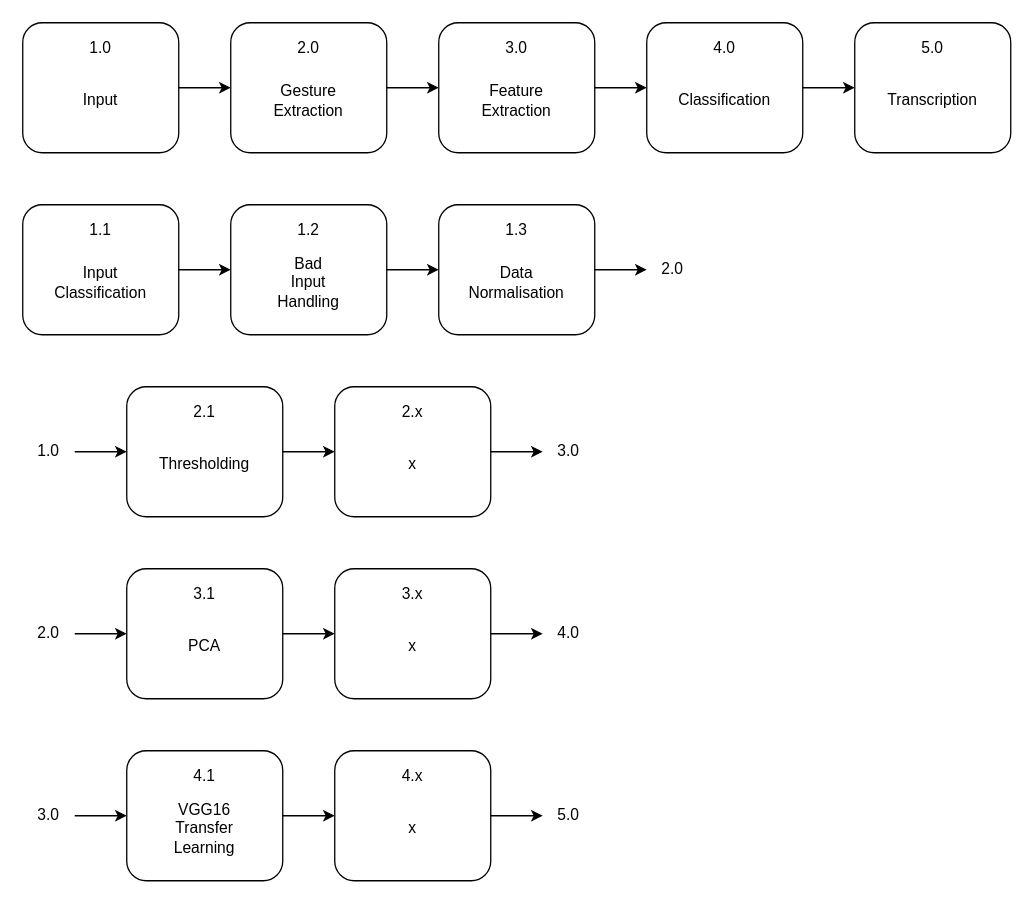
Above: Untitled Diagram.drawio in Inkletblot/drawio (draw.io), before the change. Source tidied: cells renumbered, new cells numbered last; positions are measured from the earlier drawing's top-left corner, leaving out a move shared by most shapes. Both pictures are drawn from the tidied source at 130%, with x=0, y=0 at pixel (22, 22).
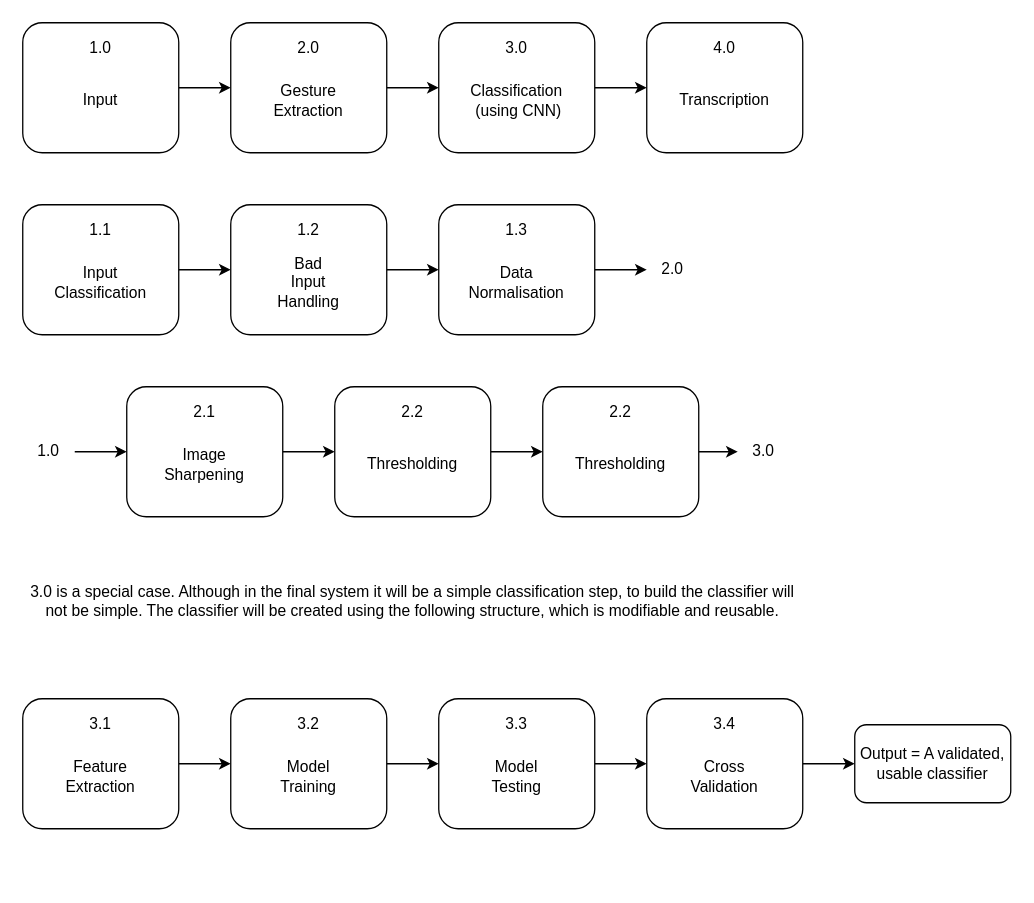
After the change.

Unchanged cells that the change refers to:
```xml
<mxCell id="7" style="rounded=1;whiteSpace=wrap;html=1;" parent="1" vertex="1">
  <mxGeometry x="160" width="120" height="100" as="geometry" />
</mxCell>
<mxCell id="41" style="rounded=1;whiteSpace=wrap;html=1;" parent="1" vertex="1">
  <mxGeometry x="240" y="280" width="120" height="100" as="geometry" />
</mxCell>
```

Diff of the diagram source:
```diff
@@
-    <mxCell id="6" style="edgeStyle=orthogonalEdgeStyle;rounded=0;jettySize=auto;html=1;" parent="1" edge="1" source="7" target="11">
-      <mxGeometry relative="1" as="geometry" />
-    </mxCell>
+    <mxCell id="67" style="edgeStyle=orthogonalEdgeStyle;rounded=0;jettySize=auto;html=1;" parent="1" edge="1" source="7" target="15">
+      <mxGeometry relative="1" as="geometry" />
+    </mxCell>
@@
-    <mxCell id="10" style="edgeStyle=orthogonalEdgeStyle;rounded=0;jettySize=auto;html=1;" parent="1" edge="1" source="11" target="15">
-      <mxGeometry relative="1" as="geometry" />
-    </mxCell>
+    <mxCell id="68" style="edgeStyle=orthogonalEdgeStyle;rounded=0;jettySize=auto;html=1;" parent="1" edge="1" source="11" target="76">
+      <mxGeometry relative="1" as="geometry" />
+    </mxCell>
     <mxCell id="11" style="rounded=1;whiteSpace=wrap;html=1;" parent="1" vertex="1">
-      <mxGeometry x="320" width="120" height="100" as="geometry" />
+      <mxGeometry y="520" width="120" height="100" as="geometry" />
     </mxCell>
-    <mxCell id="12" value="3.0" style="text;html=1;strokeColor=none;fillColor=none;align=center;verticalAlign=middle;whiteSpace=wrap;rounded=0;" parent="1" vertex="1">
-      <mxGeometry x="360" y="10" width="40" height="20" as="geometry" />
+    <mxCell id="12" value="3.1" style="text;html=1;strokeColor=none;fillColor=none;align=center;verticalAlign=middle;whiteSpace=wrap;rounded=0;" parent="1" vertex="1">
+      <mxGeometry x="40" y="530" width="40" height="20" as="geometry" />
     </mxCell>
     <mxCell id="13" value="Feature Extraction" style="text;html=1;strokeColor=none;fillColor=none;align=center;verticalAlign=middle;whiteSpace=wrap;rounded=0;" parent="1" vertex="1">
-      <mxGeometry x="360" y="50" width="40" height="20" as="geometry" />
+      <mxGeometry x="40" y="570" width="40" height="20" as="geometry" />
     </mxCell>
@@
     <mxCell id="15" style="rounded=1;whiteSpace=wrap;html=1;" parent="1" vertex="1">
-      <mxGeometry x="480" width="120" height="100" as="geometry" />
+      <mxGeometry x="320" width="120" height="100" as="geometry" />
     </mxCell>
-    <mxCell id="16" value="4.0" style="text;html=1;strokeColor=none;fillColor=none;align=center;verticalAlign=middle;whiteSpace=wrap;rounded=0;" parent="1" vertex="1">
-      <mxGeometry x="520" y="10" width="40" height="20" as="geometry" />
+    <mxCell id="16" value="3.0" style="text;html=1;strokeColor=none;fillColor=none;align=center;verticalAlign=middle;whiteSpace=wrap;rounded=0;" parent="1" vertex="1">
+      <mxGeometry x="360" y="10" width="40" height="20" as="geometry" />
     </mxCell>
-    <mxCell id="17" value="&lt;div&gt;Classification&lt;/div&gt;" style="text;html=1;strokeColor=none;fillColor=none;align=center;verticalAlign=middle;whiteSpace=wrap;rounded=0;" parent="1" vertex="1">
-      <mxGeometry x="520" y="50" width="40" height="20" as="geometry" />
+    <mxCell id="17" value="&lt;div&gt;Classification&lt;/div&gt;&lt;div&gt;&amp;nbsp;(using CNN)&lt;/div&gt;" style="text;html=1;strokeColor=none;fillColor=none;align=center;verticalAlign=middle;whiteSpace=wrap;rounded=0;" parent="1" vertex="1">
+      <mxGeometry x="360" y="50" width="40" height="20" as="geometry" />
     </mxCell>
     <mxCell id="18" style="rounded=1;whiteSpace=wrap;html=1;" parent="1" vertex="1">
-      <mxGeometry x="640" width="120" height="100" as="geometry" />
+      <mxGeometry x="480" width="120" height="100" as="geometry" />
     </mxCell>
-    <mxCell id="19" value="5.0" style="text;html=1;strokeColor=none;fillColor=none;align=center;verticalAlign=middle;whiteSpace=wrap;rounded=0;" parent="1" vertex="1">
-      <mxGeometry x="680" y="10" width="40" height="20" as="geometry" />
+    <mxCell id="19" value="4.0" style="text;html=1;strokeColor=none;fillColor=none;align=center;verticalAlign=middle;whiteSpace=wrap;rounded=0;" parent="1" vertex="1">
+      <mxGeometry x="520" y="10" width="40" height="20" as="geometry" />
     </mxCell>
     <mxCell id="20" value="Transcription" style="text;html=1;strokeColor=none;fillColor=none;align=center;verticalAlign=middle;whiteSpace=wrap;rounded=0;" parent="1" vertex="1">
-      <mxGeometry x="680" y="50" width="40" height="20" as="geometry" />
+      <mxGeometry x="520" y="50" width="40" height="20" as="geometry" />
     </mxCell>
@@
-    <mxCell id="37" value="&lt;div&gt;Thresholding&lt;/div&gt;" style="text;html=1;strokeColor=none;fillColor=none;align=center;verticalAlign=middle;whiteSpace=wrap;rounded=0;" parent="1" vertex="1">
-      <mxGeometry x="120" y="330" width="40" height="20" as="geometry" />
-    </mxCell>
@@
-    <mxCell id="40" style="edgeStyle=orthogonalEdgeStyle;rounded=0;jettySize=auto;html=1;" parent="1" edge="1" source="41" target="44">
-      <mxGeometry relative="1" as="geometry" />
-    </mxCell>
+    <mxCell id="69" style="edgeStyle=orthogonalEdgeStyle;rounded=0;jettySize=auto;html=1;" parent="1" edge="1" source="41" target="71">
+      <mxGeometry relative="1" as="geometry" />
+    </mxCell>
@@
-    <mxCell id="42" value="2.x" style="text;html=1;strokeColor=none;fillColor=none;align=center;verticalAlign=middle;whiteSpace=wrap;rounded=0;" parent="1" vertex="1">
+    <mxCell id="42" value="2.2" style="text;html=1;strokeColor=none;fillColor=none;align=center;verticalAlign=middle;whiteSpace=wrap;rounded=0;" parent="1" vertex="1">
       <mxGeometry x="280" y="290" width="40" height="20" as="geometry" />
     </mxCell>
-    <mxCell id="43" value="x" style="text;html=1;strokeColor=none;fillColor=none;align=center;verticalAlign=middle;whiteSpace=wrap;rounded=0;" parent="1" vertex="1">
-      <mxGeometry x="280" y="330" width="40" height="20" as="geometry" />
+    <mxCell id="43" value="Image Sharpening" style="text;html=1;strokeColor=none;fillColor=none;align=center;verticalAlign=middle;whiteSpace=wrap;rounded=0;" parent="1" vertex="1">
+      <mxGeometry x="120" y="330" width="40" height="20" as="geometry" />
     </mxCell>
     <mxCell id="44" value="3.0" style="text;html=1;strokeColor=none;fillColor=none;align=center;verticalAlign=middle;whiteSpace=wrap;rounded=0;" parent="1" vertex="1">
-      <mxGeometry x="400" y="320" width="40" height="20" as="geometry" />
+      <mxGeometry x="550" y="320" width="40" height="20" as="geometry" />
     </mxCell>
-    <mxCell id="45" style="edgeStyle=orthogonalEdgeStyle;rounded=0;jettySize=auto;html=1;" parent="1" edge="1" source="46" target="52">
-      <mxGeometry relative="1" as="geometry" />
-    </mxCell>
-    <mxCell id="46" style="rounded=1;whiteSpace=wrap;html=1;" parent="1" vertex="1">
-      <mxGeometry x="80" y="420" width="120" height="100" as="geometry" />
-    </mxCell>
-    <mxCell id="47" value="3.1" style="text;html=1;strokeColor=none;fillColor=none;align=center;verticalAlign=middle;whiteSpace=wrap;rounded=0;" parent="1" vertex="1">
-      <mxGeometry x="120" y="430" width="40" height="20" as="geometry" />
-    </mxCell>
-    <mxCell id="48" value="PCA" style="text;html=1;strokeColor=none;fillColor=none;align=center;verticalAlign=middle;whiteSpace=wrap;rounded=0;" parent="1" vertex="1">
-      <mxGeometry x="120" y="470" width="40" height="20" as="geometry" />
-    </mxCell>
-    <mxCell id="49" style="edgeStyle=orthogonalEdgeStyle;rounded=0;jettySize=auto;html=1;" parent="1" edge="1" source="50" target="46">
-      <mxGeometry relative="1" as="geometry" />
-    </mxCell>
-    <mxCell id="50" value="2.0" style="text;html=1;strokeColor=none;fillColor=none;align=center;verticalAlign=middle;whiteSpace=wrap;rounded=0;" parent="1" vertex="1">
-      <mxGeometry y="460" width="40" height="20" as="geometry" />
-    </mxCell>
-    <mxCell id="51" style="edgeStyle=orthogonalEdgeStyle;rounded=0;jettySize=auto;html=1;" parent="1" edge="1" source="52" target="55">
-      <mxGeometry relative="1" as="geometry" />
-    </mxCell>
-    <mxCell id="52" style="rounded=1;whiteSpace=wrap;html=1;" parent="1" vertex="1">
-      <mxGeometry x="240" y="420" width="120" height="100" as="geometry" />
-    </mxCell>
-    <mxCell id="53" value="3.x" style="text;html=1;strokeColor=none;fillColor=none;align=center;verticalAlign=middle;whiteSpace=wrap;rounded=0;" parent="1" vertex="1">
-      <mxGeometry x="280" y="430" width="40" height="20" as="geometry" />
-    </mxCell>
-    <mxCell id="54" value="x" style="text;html=1;strokeColor=none;fillColor=none;align=center;verticalAlign=middle;whiteSpace=wrap;rounded=0;" parent="1" vertex="1">
-      <mxGeometry x="280" y="470" width="40" height="20" as="geometry" />
-    </mxCell>
-    <mxCell id="55" value="4.0" style="text;html=1;strokeColor=none;fillColor=none;align=center;verticalAlign=middle;whiteSpace=wrap;rounded=0;" parent="1" vertex="1">
-      <mxGeometry x="400" y="460" width="40" height="20" as="geometry" />
-    </mxCell>
-    <mxCell id="56" style="edgeStyle=orthogonalEdgeStyle;rounded=0;jettySize=auto;html=1;" parent="1" edge="1" source="57" target="63">
-      <mxGeometry relative="1" as="geometry" />
-    </mxCell>
-    <mxCell id="57" style="rounded=1;whiteSpace=wrap;html=1;" parent="1" vertex="1">
-      <mxGeometry x="80" y="560" width="120" height="100" as="geometry" />
-    </mxCell>
-    <mxCell id="58" value="4.1" style="text;html=1;strokeColor=none;fillColor=none;align=center;verticalAlign=middle;whiteSpace=wrap;rounded=0;" parent="1" vertex="1">
-      <mxGeometry x="120" y="570" width="40" height="20" as="geometry" />
-    </mxCell>
-    <mxCell id="59" value="VGG16 Transfer Learning" style="text;html=1;strokeColor=none;fillColor=none;align=center;verticalAlign=middle;whiteSpace=wrap;rounded=0;" parent="1" vertex="1">
-      <mxGeometry x="120" y="610" width="40" height="20" as="geometry" />
-    </mxCell>
-    <mxCell id="60" style="edgeStyle=orthogonalEdgeStyle;rounded=0;jettySize=auto;html=1;" parent="1" edge="1" source="61" target="57">
-      <mxGeometry relative="1" as="geometry" />
-    </mxCell>
-    <mxCell id="61" value="3.0" style="text;html=1;strokeColor=none;fillColor=none;align=center;verticalAlign=middle;whiteSpace=wrap;rounded=0;" parent="1" vertex="1">
-      <mxGeometry y="600" width="40" height="20" as="geometry" />
-    </mxCell>
-    <mxCell id="62" style="edgeStyle=orthogonalEdgeStyle;rounded=0;jettySize=auto;html=1;" parent="1" edge="1" source="63" target="66">
-      <mxGeometry relative="1" as="geometry" />
-    </mxCell>
-    <mxCell id="63" style="rounded=1;whiteSpace=wrap;html=1;" parent="1" vertex="1">
-      <mxGeometry x="240" y="560" width="120" height="100" as="geometry" />
-    </mxCell>
-    <mxCell id="64" value="4.x" style="text;html=1;strokeColor=none;fillColor=none;align=center;verticalAlign=middle;whiteSpace=wrap;rounded=0;" parent="1" vertex="1">
-      <mxGeometry x="280" y="570" width="40" height="20" as="geometry" />
-    </mxCell>
-    <mxCell id="65" value="x" style="text;html=1;strokeColor=none;fillColor=none;align=center;verticalAlign=middle;whiteSpace=wrap;rounded=0;" parent="1" vertex="1">
-      <mxGeometry x="280" y="610" width="40" height="20" as="geometry" />
-    </mxCell>
-    <mxCell id="66" value="5.0" style="text;html=1;strokeColor=none;fillColor=none;align=center;verticalAlign=middle;whiteSpace=wrap;rounded=0;" parent="1" vertex="1">
-      <mxGeometry x="400" y="600" width="40" height="20" as="geometry" />
-    </mxCell>
+    <mxCell id="37" value="&lt;div&gt;Thresholding&lt;/div&gt;" style="text;html=1;strokeColor=none;fillColor=none;align=center;verticalAlign=middle;whiteSpace=wrap;rounded=0;" parent="1" vertex="1">
+      <mxGeometry x="280" y="330" width="40" height="20" as="geometry" />
+    </mxCell>
+    <mxCell id="70" style="edgeStyle=orthogonalEdgeStyle;rounded=0;jettySize=auto;html=1;" parent="1" edge="1" source="71" target="44">
+      <mxGeometry relative="1" as="geometry" />
+    </mxCell>
+    <mxCell id="71" style="rounded=1;whiteSpace=wrap;html=1;" parent="1" vertex="1">
+      <mxGeometry x="400" y="280" width="120" height="100" as="geometry" />
+    </mxCell>
+    <mxCell id="72" value="2.2" style="text;html=1;strokeColor=none;fillColor=none;align=center;verticalAlign=middle;whiteSpace=wrap;rounded=0;" parent="1" vertex="1">
+      <mxGeometry x="440" y="290" width="40" height="20" as="geometry" />
+    </mxCell>
+    <mxCell id="73" value="&lt;div&gt;Thresholding&lt;/div&gt;" style="text;html=1;strokeColor=none;fillColor=none;align=center;verticalAlign=middle;whiteSpace=wrap;rounded=0;" parent="1" vertex="1">
+      <mxGeometry x="440" y="330" width="40" height="20" as="geometry" />
+    </mxCell>
+    <mxCell id="74" value="&lt;div&gt;3.0 is a special case. Although in the final system it will be a simple classification step, to build the classifier will not be simple. The classifier will be created using the following structure, which is modifiable and reusable.&lt;br&gt;&lt;/div&gt;" style="text;html=1;strokeColor=none;fillColor=none;align=center;verticalAlign=middle;whiteSpace=wrap;rounded=0;" parent="1" vertex="1">
+      <mxGeometry y="430" width="600" height="30" as="geometry" />
+    </mxCell>
+    <mxCell id="75" style="edgeStyle=orthogonalEdgeStyle;rounded=0;jettySize=auto;html=1;" parent="1" edge="1" source="76" target="80">
+      <mxGeometry relative="1" as="geometry" />
+    </mxCell>
+    <mxCell id="76" style="rounded=1;whiteSpace=wrap;html=1;" parent="1" vertex="1">
+      <mxGeometry x="160" y="520" width="120" height="100" as="geometry" />
+    </mxCell>
+    <mxCell id="77" value="3.2" style="text;html=1;strokeColor=none;fillColor=none;align=center;verticalAlign=middle;whiteSpace=wrap;rounded=0;" parent="1" vertex="1">
+      <mxGeometry x="200" y="530" width="40" height="20" as="geometry" />
+    </mxCell>
+    <mxCell id="78" value="&lt;div&gt;Model Training&lt;/div&gt;" style="text;html=1;strokeColor=none;fillColor=none;align=center;verticalAlign=middle;whiteSpace=wrap;rounded=0;" parent="1" vertex="1">
+      <mxGeometry x="200" y="570" width="40" height="20" as="geometry" />
+    </mxCell>
+    <mxCell id="79" style="edgeStyle=orthogonalEdgeStyle;rounded=0;jettySize=auto;html=1;" parent="1" edge="1" source="80" target="84">
+      <mxGeometry relative="1" as="geometry" />
+    </mxCell>
+    <mxCell id="80" style="rounded=1;whiteSpace=wrap;html=1;" parent="1" vertex="1">
+      <mxGeometry x="320" y="520" width="120" height="100" as="geometry" />
+    </mxCell>
+    <mxCell id="81" value="3.3" style="text;html=1;strokeColor=none;fillColor=none;align=center;verticalAlign=middle;whiteSpace=wrap;rounded=0;" parent="1" vertex="1">
+      <mxGeometry x="360" y="530" width="40" height="20" as="geometry" />
+    </mxCell>
+    <mxCell id="82" value="Model Testing" style="text;html=1;strokeColor=none;fillColor=none;align=center;verticalAlign=middle;whiteSpace=wrap;rounded=0;" parent="1" vertex="1">
+      <mxGeometry x="360" y="570" width="40" height="20" as="geometry" />
+    </mxCell>
+    <mxCell id="83" style="edgeStyle=orthogonalEdgeStyle;rounded=0;jettySize=auto;html=1;" parent="1" edge="1" source="84" target="87">
+      <mxGeometry relative="1" as="geometry" />
+    </mxCell>
+    <mxCell id="84" style="rounded=1;whiteSpace=wrap;html=1;" parent="1" vertex="1">
+      <mxGeometry x="480" y="520" width="120" height="100" as="geometry" />
+    </mxCell>
+    <mxCell id="85" value="3.4" style="text;html=1;strokeColor=none;fillColor=none;align=center;verticalAlign=middle;whiteSpace=wrap;rounded=0;" parent="1" vertex="1">
+      <mxGeometry x="520" y="530" width="40" height="20" as="geometry" />
+    </mxCell>
+    <mxCell id="86" value="Cross Validation" style="text;html=1;strokeColor=none;fillColor=none;align=center;verticalAlign=middle;whiteSpace=wrap;rounded=0;" parent="1" vertex="1">
+      <mxGeometry x="520" y="570" width="40" height="20" as="geometry" />
+    </mxCell>
+    <mxCell id="87" value="Output = A validated, usable classifier" style="whiteSpace=wrap;html=1;rounded=1;" parent="1" vertex="1">
+      <mxGeometry x="640" y="540" width="120" height="60" as="geometry" />
+    </mxCell>
```
